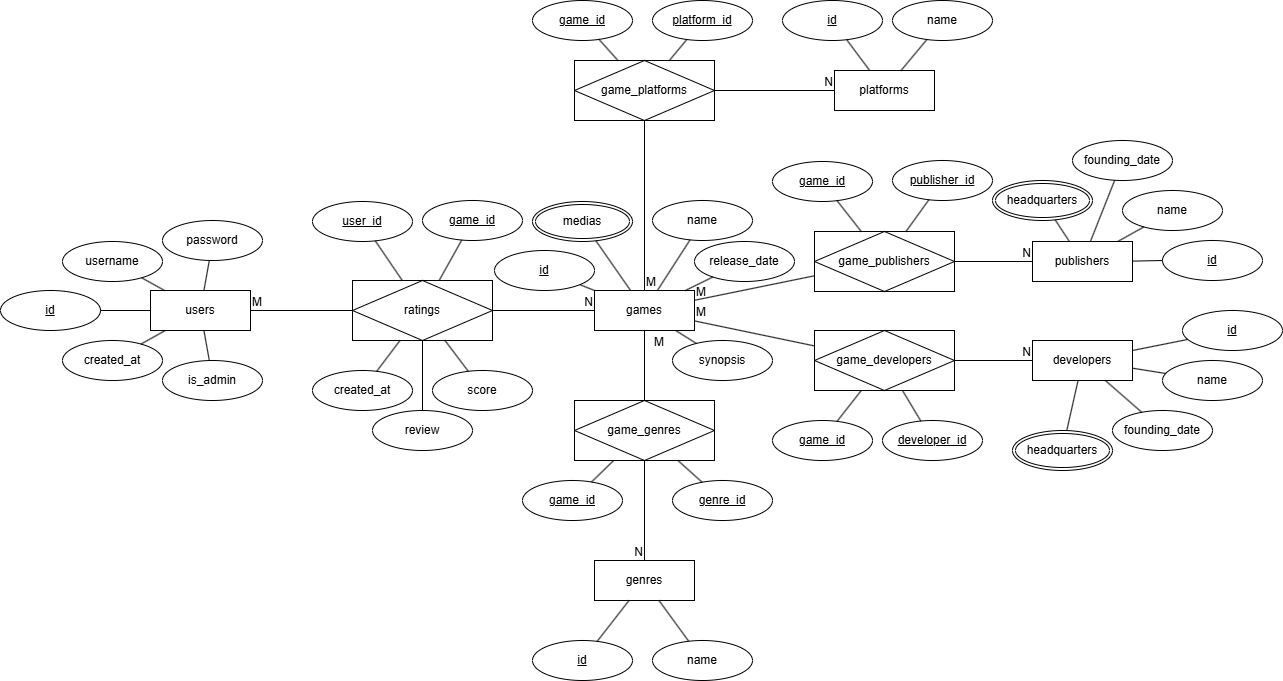
Earlier version of the draw.io export docs/Entity Relationship Diagram.png (billdansr/sweet-potato). Source tidied: cells renumbered, new cells last; positions are measured from the earlier drawing's top-left corner, leaving out a move shared by most shapes.
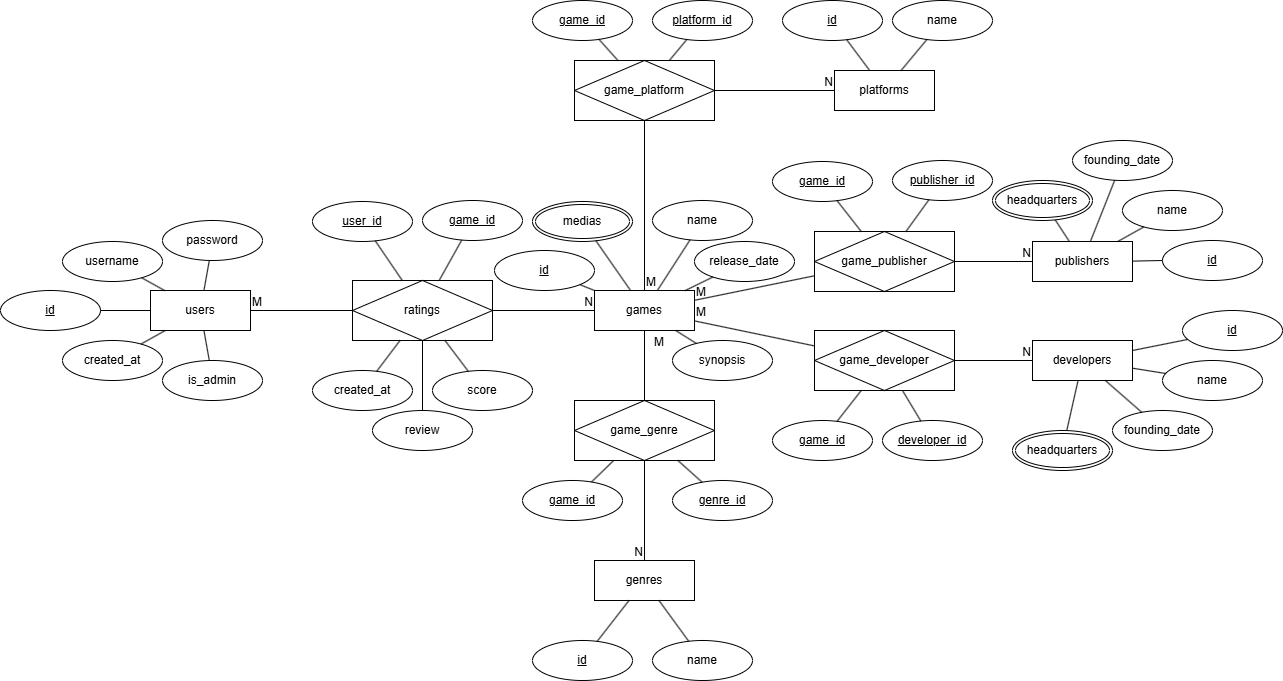
Above is the later version.

What changed in the source:
```diff
@@ -104,10 +104,10 @@
     <mxCell id="35" value="developers" style="whiteSpace=wrap;html=1;align=center;" parent="1" vertex="1">
       <mxGeometry x="1032" y="340" width="100" height="40" as="geometry" />
     </mxCell>
-    <mxCell id="36" value="game_publishers" style="shape=associativeEntity;whiteSpace=wrap;html=1;align=center;" parent="1" vertex="1">
+    <mxCell id="36" value="game_publisher" style="shape=associativeEntity;whiteSpace=wrap;html=1;align=center;" parent="1" vertex="1">
       <mxGeometry x="814" y="231" width="140" height="60" as="geometry" />
     </mxCell>
-    <mxCell id="37" value="game_developers" style="shape=associativeEntity;whiteSpace=wrap;html=1;align=center;" parent="1" vertex="1">
+    <mxCell id="37" value="game_developer" style="shape=associativeEntity;whiteSpace=wrap;html=1;align=center;" parent="1" vertex="1">
       <mxGeometry x="814" y="330" width="140" height="60" as="geometry" />
     </mxCell>
     <mxCell id="38" style="endArrow=none;html=1;rounded=0;" parent="1" edge="1" source="3" target="36">
@@ -188,7 +188,7 @@
         <mxPoint x="1042" y="220" as="targetPoint" />
       </mxGeometry>
     </mxCell>
-    <mxCell id="63" value="game_genres" style="shape=associativeEntity;whiteSpace=wrap;html=1;align=center;" parent="1" vertex="1">
+    <mxCell id="63" value="game_genre" style="shape=associativeEntity;whiteSpace=wrap;html=1;align=center;" parent="1" vertex="1">
       <mxGeometry x="574" y="400" width="140" height="60" as="geometry" />
     </mxCell>
     <mxCell id="64" value="genres" style="whiteSpace=wrap;html=1;align=center;" parent="1" vertex="1">
@@ -277,7 +277,7 @@
     <mxCell id="91" value="headquarters" style="ellipse;shape=doubleEllipse;margin=3;whiteSpace=wrap;html=1;align=center;" parent="1" vertex="1">
       <mxGeometry x="992" y="180" width="100" height="40" as="geometry" />
     </mxCell>
-    <mxCell id="92" value="game_plat&lt;span style=&quot;background-color: initial;&quot;&gt;forms&lt;/span&gt;" style="shape=associativeEntity;whiteSpace=wrap;html=1;align=center;" parent="1" vertex="1">
+    <mxCell id="92" value="game_plat&lt;span style=&quot;background-color: initial;&quot;&gt;form&lt;/span&gt;" style="shape=associativeEntity;whiteSpace=wrap;html=1;align=center;" parent="1" vertex="1">
       <mxGeometry x="574" y="60" width="140" height="60" as="geometry" />
     </mxCell>
     <mxCell id="93" value="platforms" style="whiteSpace=wrap;html=1;align=center;" parent="1" vertex="1">
```
